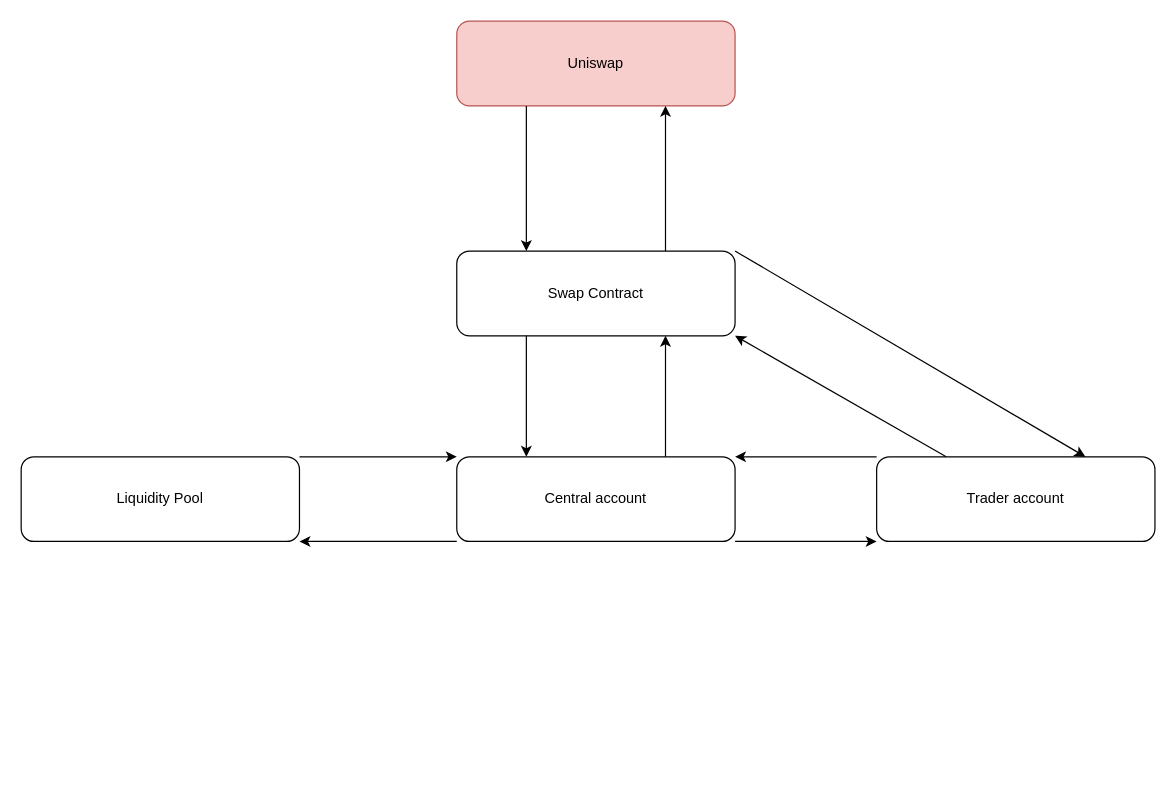
Earlier version of the draw.io diagram MarginTradingDiagram.drawio (Deltams/Deltams.github.io). Source tidied: cells renumbered, new cells numbered last; positions are measured from the earlier drawing's top-left corner, leaving out a move shared by most shapes. Both pictures are drawn from the tidied source at 121%, with x=0, y=0 at pixel (21, 21).
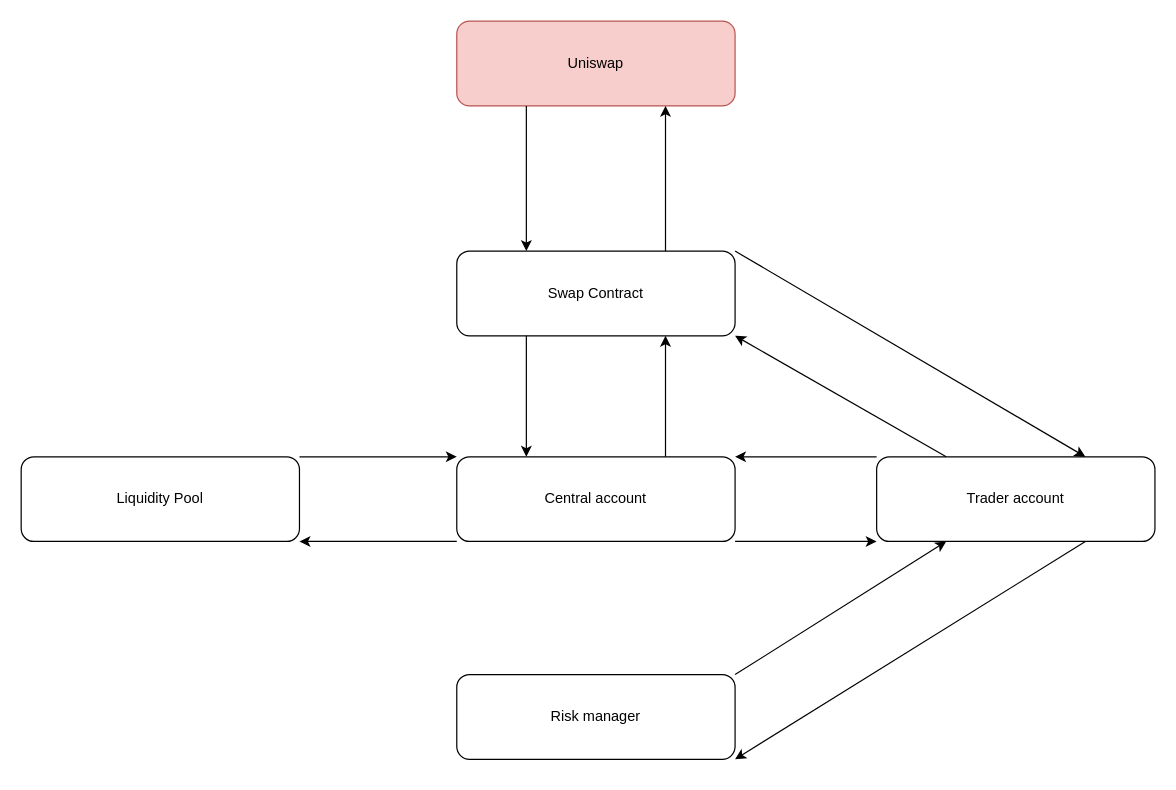
After the change.

Diff of the diagram source:
```diff
@@
 <mxGraphModel>
   <root>
     <mxCell id="0" />
     <mxCell id="1" parent="0" />
     <mxCell id="2" value="Liquidity Pool" style="rounded=1;whiteSpace=wrap;html=1;" parent="1" vertex="1">
       <mxGeometry y="360" width="230" height="70" as="geometry" />
     </mxCell>
     <mxCell id="3" value="Swap Contract" style="rounded=1;whiteSpace=wrap;html=1;" parent="1" vertex="1">
       <mxGeometry x="360" y="190" width="230" height="70" as="geometry" />
     </mxCell>
     <mxCell id="4" value="Trader account" style="rounded=1;whiteSpace=wrap;html=1;" parent="1" vertex="1">
       <mxGeometry x="707" y="360" width="230" height="70" as="geometry" />
     </mxCell>
     <mxCell id="5" value="Central account" style="rounded=1;whiteSpace=wrap;html=1;" parent="1" vertex="1">
       <mxGeometry x="360" y="360" width="230" height="70" as="geometry" />
     </mxCell>
     <mxCell id="6" value="Uniswap" style="rounded=1;whiteSpace=wrap;html=1;fillColor=#f8cecc;strokeColor=#b85450;" parent="1" vertex="1">
       <mxGeometry x="360" width="230" height="70" as="geometry" />
     </mxCell>
     <mxCell id="7" style="endArrow=classic;html=1;rounded=0;exitX=1;exitY=0;exitDx=0;exitDy=0;entryX=0;entryY=0;entryDx=0;entryDy=0;" parent="1" edge="1" source="2" target="5">
       <mxGeometry relative="1" as="geometry" />
     </mxCell>
     <mxCell id="8" style="endArrow=classic;html=1;rounded=0;exitX=0;exitY=0;exitDx=0;exitDy=0;entryX=1;entryY=0;entryDx=0;entryDy=0;" parent="1" edge="1" source="4" target="5">
       <mxGeometry relative="1" as="geometry" />
     </mxCell>
     <mxCell id="9" style="endArrow=classic;html=1;rounded=0;exitX=0;exitY=1;exitDx=0;exitDy=0;entryX=1;entryY=1;entryDx=0;entryDy=0;" parent="1" edge="1" source="5" target="2">
       <mxGeometry relative="1" as="geometry" />
     </mxCell>
     <mxCell id="10" style="endArrow=classic;html=1;rounded=0;exitX=1;exitY=1;exitDx=0;exitDy=0;entryX=0;entryY=1;entryDx=0;entryDy=0;" parent="1" edge="1" source="5" target="4">
       <mxGeometry relative="1" as="geometry" />
     </mxCell>
     <mxCell id="11" style="endArrow=classic;html=1;rounded=0;exitX=0.75;exitY=0;exitDx=0;exitDy=0;entryX=0.75;entryY=1;entryDx=0;entryDy=0;" parent="1" edge="1" source="5" target="3">
       <mxGeometry relative="1" as="geometry" />
     </mxCell>
     <mxCell id="12" style="endArrow=classic;html=1;rounded=0;exitX=0.25;exitY=1;exitDx=0;exitDy=0;entryX=0.25;entryY=0;entryDx=0;entryDy=0;" parent="1" edge="1" source="3" target="5">
       <mxGeometry relative="1" as="geometry" />
     </mxCell>
     <mxCell id="13" style="endArrow=classic;html=1;rounded=0;exitX=0.75;exitY=0;exitDx=0;exitDy=0;entryX=0.75;entryY=1;entryDx=0;entryDy=0;" parent="1" edge="1" source="3" target="6">
       <mxGeometry relative="1" as="geometry" />
     </mxCell>
     <mxCell id="14" style="endArrow=classic;html=1;rounded=0;exitX=0.25;exitY=1;exitDx=0;exitDy=0;entryX=0.25;entryY=0;entryDx=0;entryDy=0;" parent="1" edge="1" source="6" target="3">
       <mxGeometry relative="1" as="geometry" />
     </mxCell>
     <mxCell id="15" style="endArrow=classic;html=1;rounded=0;exitX=0.25;exitY=0;exitDx=0;exitDy=0;entryX=1;entryY=1;entryDx=0;entryDy=0;" parent="1" edge="1" source="4" target="3">
       <mxGeometry relative="1" as="geometry" />
     </mxCell>
     <mxCell id="16" style="endArrow=classic;html=1;rounded=0;exitX=1;exitY=0;exitDx=0;exitDy=0;entryX=0.75;entryY=0;entryDx=0;entryDy=0;" parent="1" edge="1" source="3" target="4">
       <mxGeometry relative="1" as="geometry" />
     </mxCell>
+    <mxCell id="17" value="Risk manager" style="rounded=1;whiteSpace=wrap;html=1;" parent="1" vertex="1">
+      <mxGeometry x="360" y="540" width="230" height="70" as="geometry" />
+    </mxCell>
+    <mxCell id="18" style="endArrow=classic;html=1;rounded=0;exitX=1;exitY=0;exitDx=0;exitDy=0;entryX=0.25;entryY=1;entryDx=0;entryDy=0;" parent="1" edge="1" source="17" target="4">
+      <mxGeometry relative="1" as="geometry" />
+    </mxCell>
+    <mxCell id="19" style="endArrow=classic;html=1;rounded=0;exitX=0.75;exitY=1;exitDx=0;exitDy=0;entryX=1;entryY=1;entryDx=0;entryDy=0;" parent="1" edge="1" source="4" target="17">
+      <mxGeometry relative="1" as="geometry" />
+    </mxCell>
   </root>
 </mxGraphModel>
```
